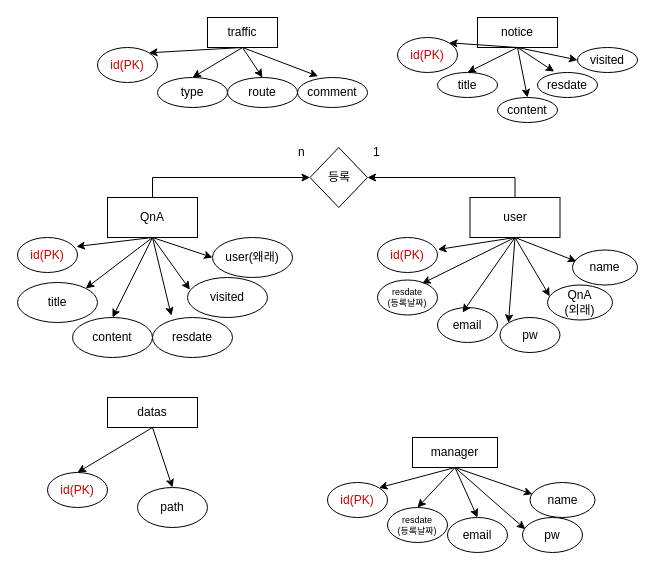
Above: info/erd/logical_erd.drawio in nicesaturday/kh_pro01 (draw.io), before the change. Source tidied: cells renumbered, new cells numbered last; positions are measured from the earlier drawing's top-left corner, leaving out a move shared by most shapes. Both pictures are drawn from the tidied source at 100%, with x=0, y=0 at pixel (17, 17).
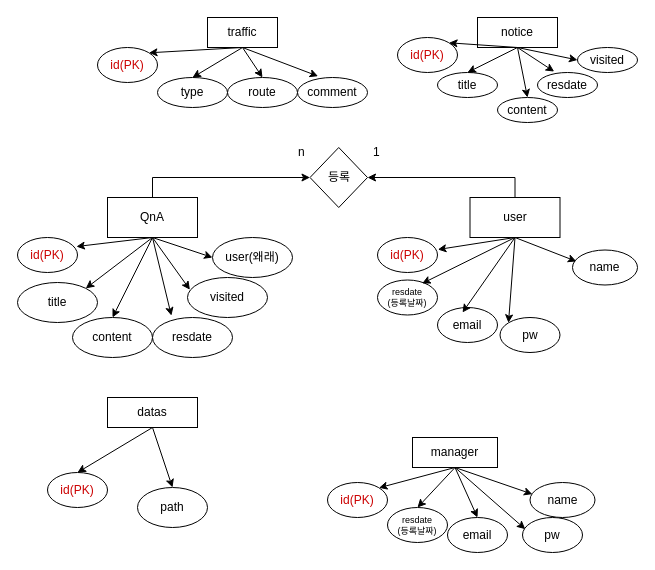
The same diagram, later.

The change refers to these unchanged cells:
```xml
<mxCell id="19" value="user" style="rounded=0;whiteSpace=wrap;html=1;" parent="1" vertex="1">
  <mxGeometry x="452.5" y="180" width="90" height="40" as="geometry" />
</mxCell>
```

Diff of the diagram source:
```diff
@@
-    <mxCell id="24" value="QnA&lt;div&gt;(외래)&lt;/div&gt;" style="ellipse;whiteSpace=wrap;html=1;" parent="1" vertex="1">
-      <mxGeometry x="530" y="267.5" width="65" height="35" as="geometry" />
-    </mxCell>
@@
-    <mxCell id="51" style="endArrow=classic;html=1;rounded=0;exitX=0.5;exitY=1;exitDx=0;exitDy=0;entryX=0.034;entryY=0.323;entryDx=0;entryDy=0;entryPerimeter=0;" parent="1" edge="1" source="19" target="24">
-      <mxGeometry relative="1" as="geometry" />
-    </mxCell>
```
